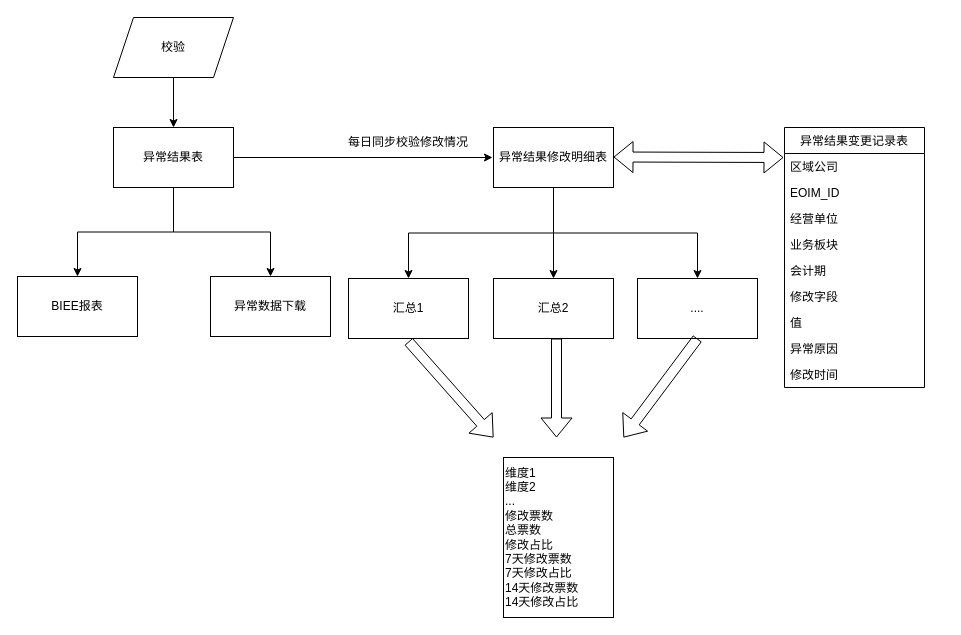
This is 数据质量-订单修复统计.drawio from xupu1007/xupu1007, a draw.io file, before an edit. Source tidied: cells renumbered, new cells numbered last; positions are measured from the earlier drawing's top-left corner, leaving out a move shared by most shapes. Both pictures are drawn from the tidied source at 100%, with x=0, y=0 at pixel (17, 17).
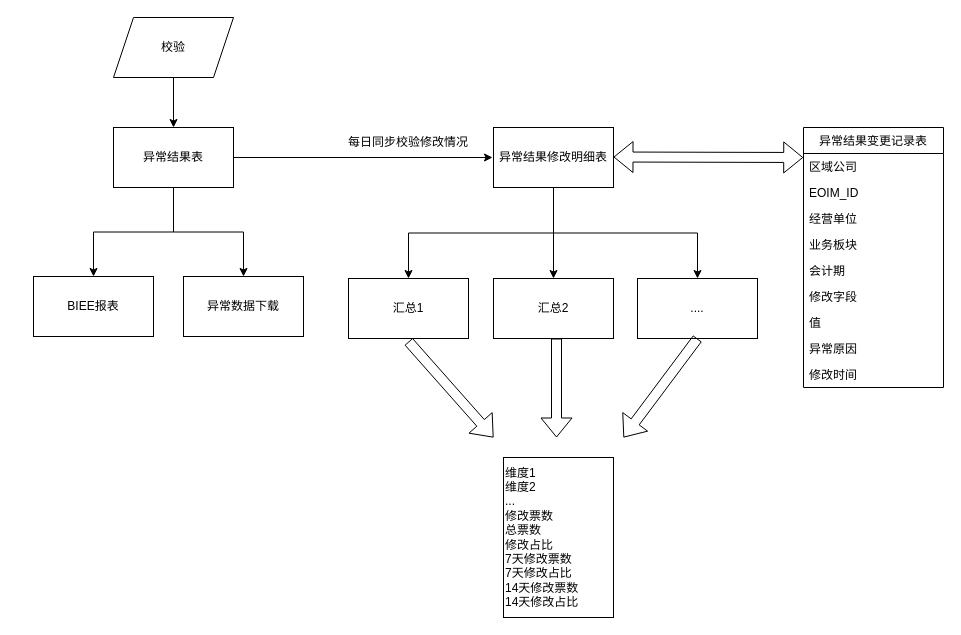
After the change.

Commit message (it also covers changes not shown here):
更新数据质量-订单修复统计.drawio

The change refers to these unchanged cells:
```xml
<mxCell id="21" value="区域公司" style="text;strokeColor=none;fillColor=none;align=left;verticalAlign=top;spacingLeft=4;spacingRight=4;overflow=hidden;points=[[0,0.5],[1,0.5]];portConstraint=eastwest;" parent="20" vertex="1">
  <mxGeometry y="26" width="140" height="26" as="geometry" />
</mxCell>
```

What changed in the source:
```diff
@@
     <mxCell id="8" value="异常数据下载" style="rounded=0;whiteSpace=wrap;html=1;" parent="1" vertex="1">
-      <mxGeometry x="193" y="259" width="120" height="60" as="geometry" />
+      <mxGeometry x="166" y="259" width="120" height="60" as="geometry" />
     </mxCell>
     <mxCell id="9" value="BIEE报表" style="rounded=0;whiteSpace=wrap;html=1;" parent="1" vertex="1">
-      <mxGeometry y="259" width="120" height="60" as="geometry" />
+      <mxGeometry x="16" y="259" width="120" height="60" as="geometry" />
     </mxCell>
@@
-    <mxCell id="11" style="shape=flexArrow;endArrow=classic;startArrow=classic;html=1;rounded=0;" parent="1" edge="1">
+    <mxCell id="11" style="shape=flexArrow;endArrow=classic;startArrow=classic;html=1;rounded=0;entryX=-0.002;entryY=0.154;entryDx=0;entryDy=0;entryPerimeter=0;" parent="1" edge="1" target="21">
       <mxGeometry relative="1" as="geometry">
         <mxPoint x="596" y="139.5" as="sourcePoint" />
-        <mxPoint x="766" y="140" as="targetPoint" />
       </mxGeometry>
     </mxCell>
@@
     <mxCell id="20" value="异常结果变更记录表" style="swimlane;fontStyle=0;horizontal=1;startSize=26;fillColor=none;" parent="1" vertex="1">
-      <mxGeometry x="767" y="110" width="140" height="260" as="geometry" />
+      <mxGeometry x="786" y="110" width="140" height="260" as="geometry" />
     </mxCell>
```
